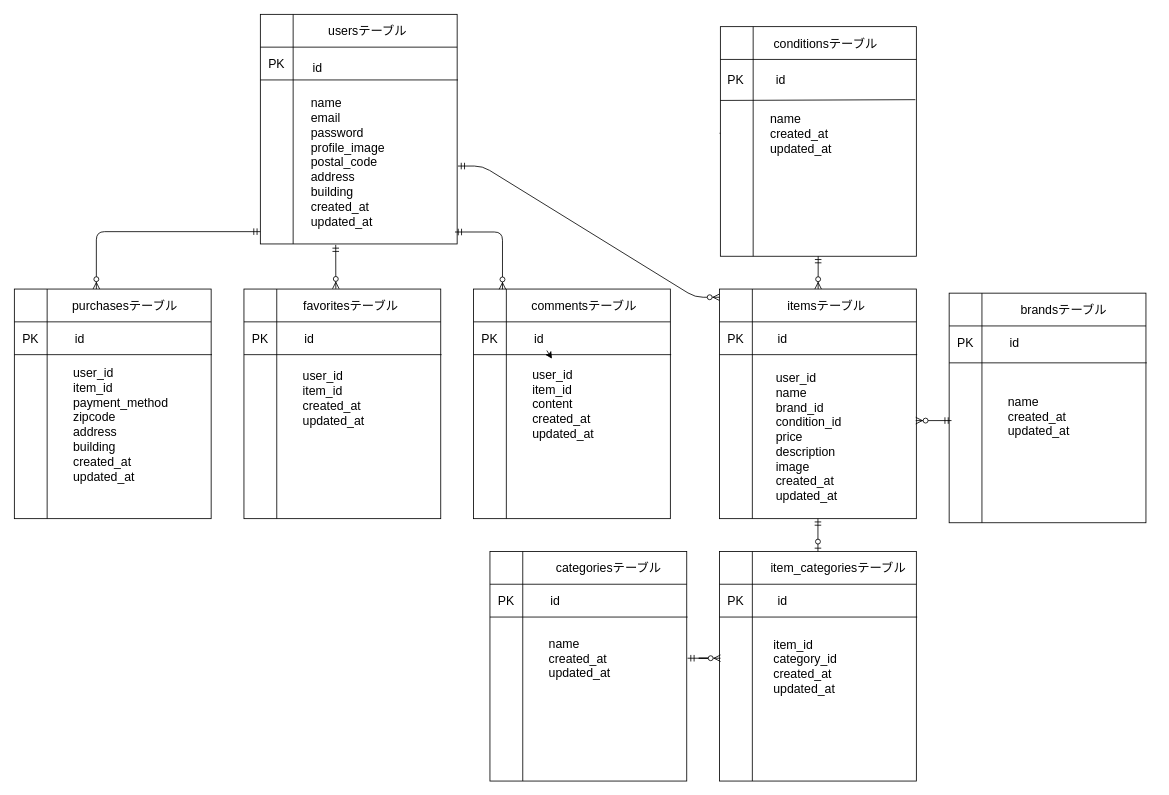
This is src/er-diagram/Flea-market.drawio from morikoshi2627/Flea-market, a draw.io file, before an edit. Source tidied: cells renumbered, new cells numbered last; positions are measured from the earlier drawing's top-left corner, leaving out a move shared by most shapes. Both pictures are drawn from the tidied source at 82%, with x=0, y=0 at pixel (14, 14).
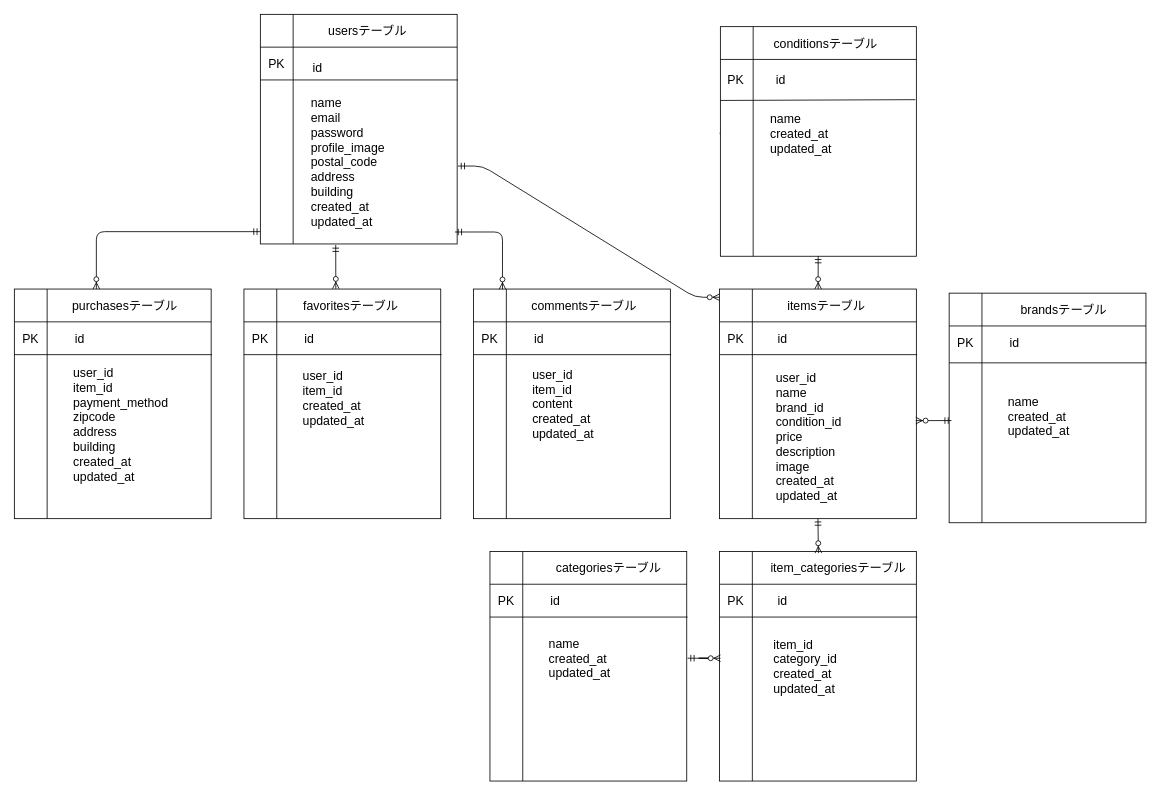
After the change.

Commit message (it also covers changes not shown here):
ER図と画像を更新

The change refers to these unchanged cells:
```xml
<mxCell id="27" style="group;" parent="1" vertex="1">
  <mxGeometry x="560" y="335" width="241" height="280" as="geometry" />
</mxCell>
<mxCell id="32" value="&lt;font style=&quot;font-size: 15px;&quot;&gt;id&lt;/font&gt;" style="text;html=1;align=center;verticalAlign=middle;whiteSpace=wrap;rounded=0;" parent="27" vertex="1">
  <mxGeometry x="50" y="45" width="60" height="30" as="geometry" />
</mxCell>
<mxCell id="34" value="&lt;font style=&quot;font-size: 15px;&quot;&gt;user_id&lt;/font&gt;&lt;div&gt;&lt;font style=&quot;font-size: 15px;&quot;&gt;item_id&lt;/font&gt;&lt;/div&gt;&lt;div&gt;&lt;font style=&quot;font-size: 15px;&quot;&gt;content&lt;/font&gt;&lt;/div&gt;&lt;div&gt;&lt;font style=&quot;font-size: 15px;&quot;&gt;created_at&lt;/font&gt;&lt;/div&gt;&lt;div&gt;&lt;font style=&quot;font-size: 15px;&quot;&gt;updated_at&lt;/font&gt;&lt;/div&gt;" style="text;html=1;align=left;verticalAlign=middle;whiteSpace=wrap;rounded=0;" parent="27" vertex="1">
  <mxGeometry x="70" y="85" width="120" height="110" as="geometry" />
</mxCell>
<mxCell id="36" style="shape=internalStorage;whiteSpace=wrap;html=1;backgroundOutline=1;dx=40;dy=40;" parent="35" vertex="1">
  <mxGeometry width="240" height="280" as="geometry" />
</mxCell>
<mxCell id="40" value="&lt;font style=&quot;font-size: 15px;&quot;&gt;item_categoriesテーブル&lt;/font&gt;" style="text;html=1;align=center;verticalAlign=middle;whiteSpace=wrap;rounded=0;" parent="35" vertex="1">
  <mxGeometry x="60" width="170" height="40" as="geometry" />
</mxCell>
<mxCell id="67" style="shape=internalStorage;whiteSpace=wrap;html=1;backgroundOutline=1;dx=40;dy=40;" parent="66" vertex="1">
  <mxGeometry width="240" height="280" as="geometry" />
</mxCell>
```

What changed in the source:
```diff
@@
-    <mxCell id="31" style="edgeStyle=none;html=1;" parent="27" edge="1" source="32" target="34">
-      <mxGeometry relative="1" as="geometry" />
-    </mxCell>
@@
-    <mxCell id="75" style="fontSize=12;html=1;endArrow=ERzeroToOne;startArrow=ERmandOne;exitX=0.5;exitY=1;exitDx=0;exitDy=0;" parent="1" edge="1" source="67" target="36">
-      <mxGeometry relative="1" as="geometry" />
-    </mxCell>
@@
+    <mxCell id="81" style="fontSize=12;html=1;endArrow=ERzeroToMany;startArrow=ERmandOne;exitX=0.5;exitY=1;exitDx=0;exitDy=0;entryX=0.356;entryY=0.05;entryDx=0;entryDy=0;entryPerimeter=0;" parent="1" edge="1" source="67" target="40">
+      <mxGeometry relative="1" as="geometry" />
+    </mxCell>
```
